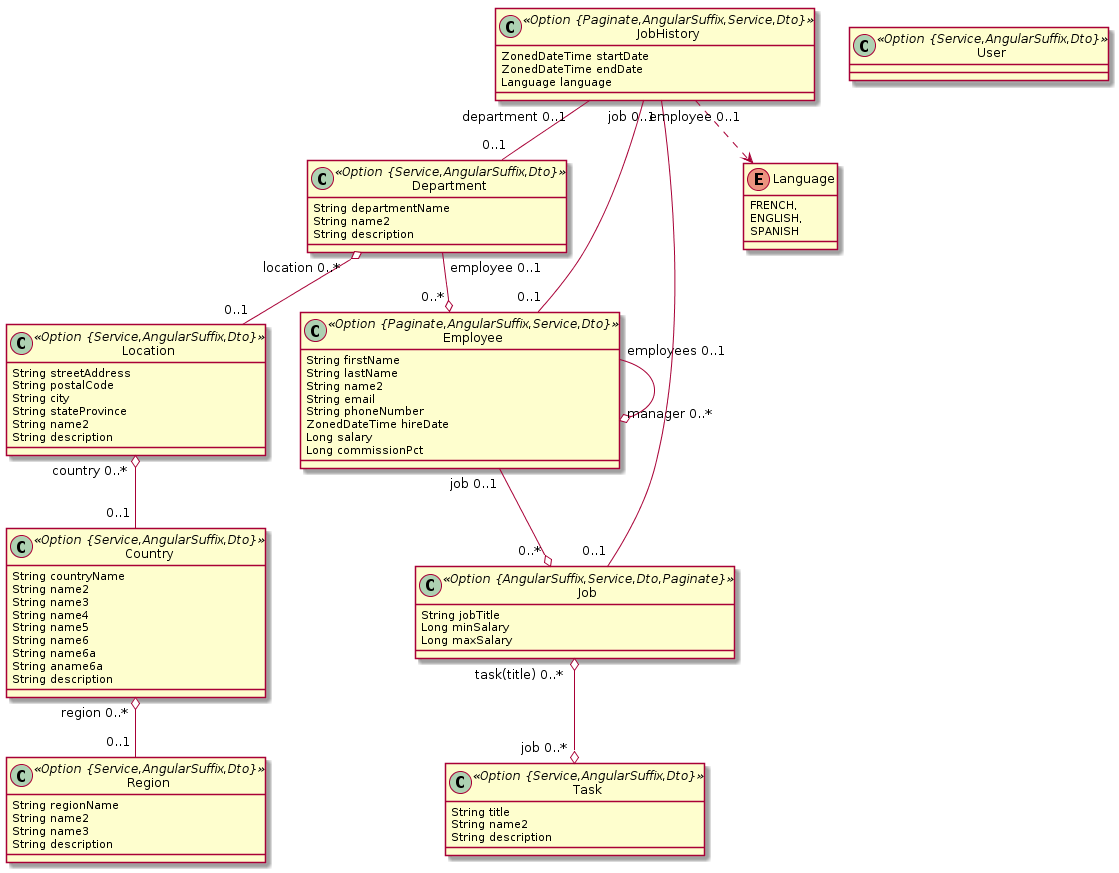
The PlantUML diagram jhipster-jdl.png in munifgebara/generator-jhipster, before a commit.
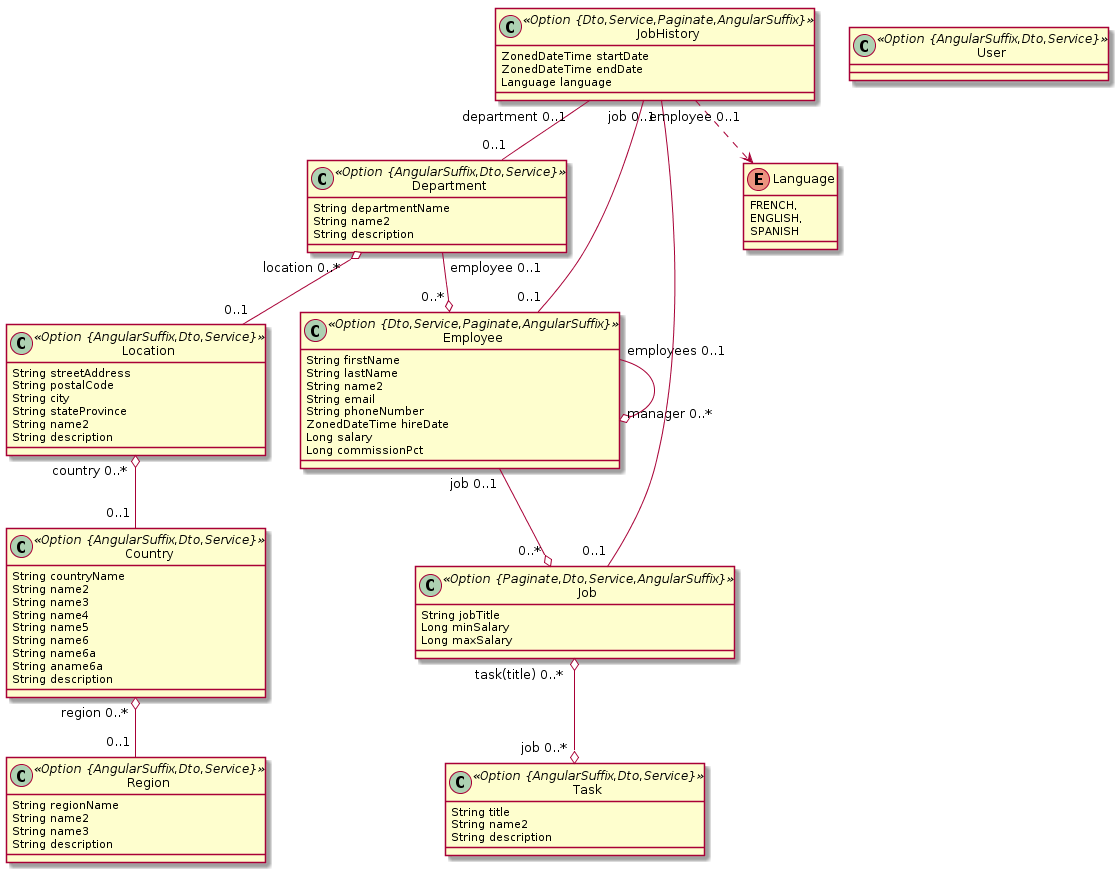
The same diagram one commit later.

Change to the diagram source:
```diff
@@ -1,11 +1,11 @@
 @startuml
-	class Region <<Option {Service,AngularSuffix,Dto}>> {
+	class Region <<Option {AngularSuffix,Dto,Service}>> {
 		String regionName
 		String name2
 		String name3
 		String description
 	}
-	class Country <<Option {Service,AngularSuffix,Dto}>> {
+	class Country <<Option {AngularSuffix,Dto,Service}>> {
 		String countryName
 		String name2
 		String name3
@@ -16,7 +16,7 @@
 		String aname6a
 		String description
 	}
-	class Location <<Option {Service,AngularSuffix,Dto}>> {
+	class Location <<Option {AngularSuffix,Dto,Service}>> {
 		String streetAddress
 		String postalCode
 		String city
@@ -24,17 +24,17 @@
 		String name2
 		String description
 	}
-	class Department <<Option {Service,AngularSuffix,Dto}>> {
+	class Department <<Option {AngularSuffix,Dto,Service}>> {
 		String departmentName
 		String name2
 		String description
 	}
-	class Task <<Option {Service,AngularSuffix,Dto}>> {
+	class Task <<Option {AngularSuffix,Dto,Service}>> {
 		String title
 		String name2
 		String description
 	}
-	class Employee <<Option {Paginate,AngularSuffix,Service,Dto}>> {
+	class Employee <<Option {Dto,Service,Paginate,AngularSuffix}>> {
 		String firstName
 		String lastName
 		String name2
@@ -44,12 +44,12 @@
 		Long salary
 		Long commissionPct
 	}
-	class Job <<Option {AngularSuffix,Service,Dto,Paginate}>> {
+	class Job <<Option {Paginate,Dto,Service,AngularSuffix}>> {
 		String jobTitle
 		Long minSalary
 		Long maxSalary
 	}
-	class JobHistory <<Option {Paginate,AngularSuffix,Service,Dto}>> {
+	class JobHistory <<Option {Dto,Service,Paginate,AngularSuffix}>> {
 		ZonedDateTime startDate
 		ZonedDateTime endDate
 		Language language
@@ -70,6 +70,6 @@
 	JobHistory  "job 0..1 " -- "0..1 "  Job
 	JobHistory  "department 0..1 " -- "0..1 "  Department
 	JobHistory  "employee 0..1 " -- "0..1 "  Employee
-	class User <<Option {Service,AngularSuffix,Dto}>> {
+	class User <<Option {AngularSuffix,Dto,Service}>> {
 	}
 @enduml
```
